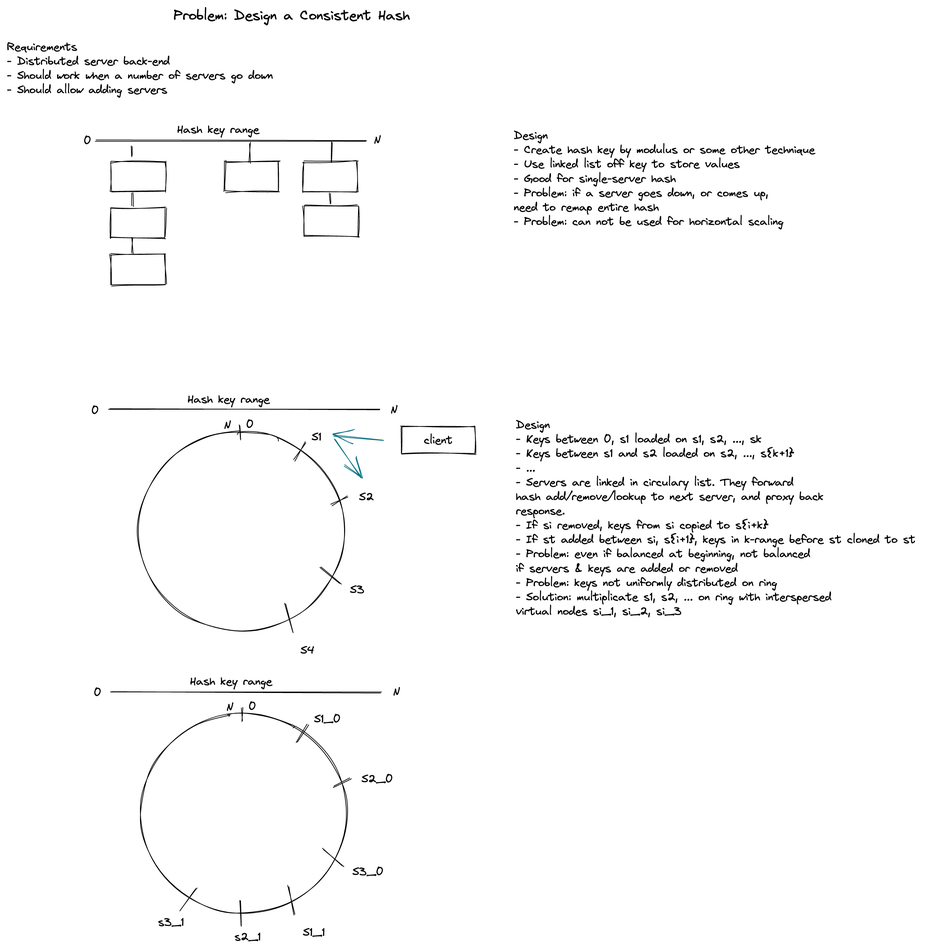
The Excalidraw diagram engineering_skills/diagrams/consistent_hash.excalidraw.png in analytiq-hub/sigagent.github.io, before a commit. Source tidied: one line per element, renumbered; positions are measured from the earlier drawing's top-left corner, leaving out a move shared by most shapes.
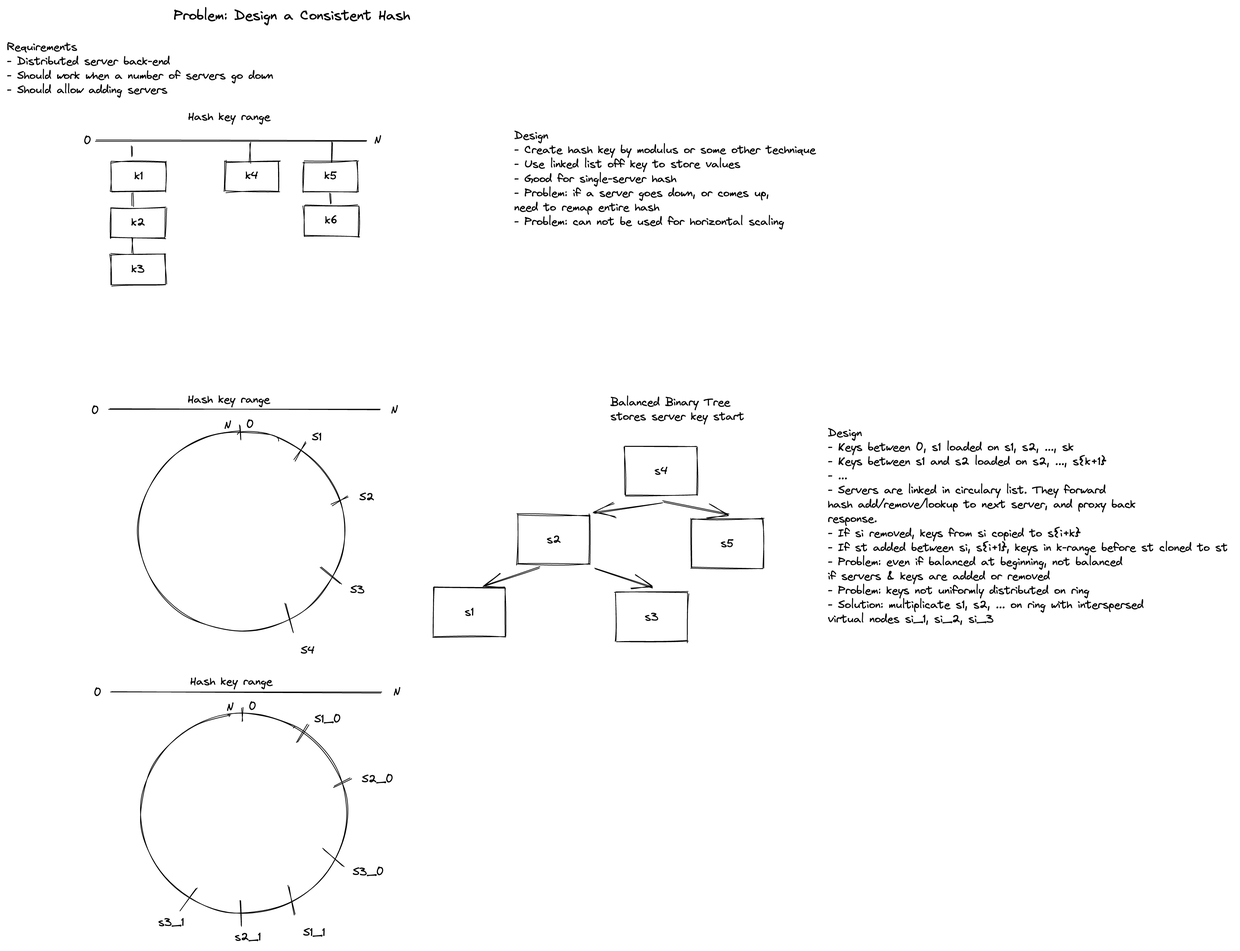
Later version of the same file.

Change to the diagram source:
```diff
@@ -16,9 +16,9 @@
 {"id": 15, "type": "text", "text": "S2", "strokeColor": "#000000", "strokeWidth": 1, "roughness": 1, "fontSize": 16, "fontFamily": 1, "x": 505, "y": 692, "width": 22, "height": 21}
 {"id": 16, "type": "text", "text": "S3", "strokeColor": "#000000", "strokeWidth": 1, "roughness": 1, "fontSize": 16, "fontFamily": 1, "x": 492, "y": 826, "width": 22, "height": 21}
 {"id": 17, "type": "text", "text": "S4", "strokeColor": "#000000", "strokeWidth": 1, "roughness": 1, "fontSize": 16, "fontFamily": 1, "x": 421, "y": 912, "width": 21, "height": 21}
-{"id": 18, "type": "text", "text": "Design\n- Keys between 0, s1 loaded on s1, s2, ..., sk\n- Keys between s1 and s2 loaded on s2, ..., s{k+1}\n- ...\n- Servers are linked in circulary list. They forward \nhash add/remove/lookup to next server, and proxy back \nresponse.\n- If si removed, keys from si copied to s{i+k}\n- If st added between si, s{i+1}, keys in k-range before st cloned to st \n- Problem: even if balanced at beginning, not balanced \nif servers & keys are added or removed\n- Problem: keys not uniformly distributed on ring\n- Solution: multiplicate s1, s2, ... on ring with interspersed\nvirtual nodes si_1, si_2, si_3", "strokeColor": "#000000", "strokeWidth": 1, "roughness": 1, "fontSize": 16, "fontFamily": 1, "x": 730, "y": 590, "width": 581, "height": 288}
+{"id": 18, "type": "text", "text": "Design\n- Keys between 0, s1 loaded on s1, s2, ..., sk\n- Keys between s1 and s2 loaded on s2, ..., s{k+1}\n- ...\n- Servers are linked in circulary list. They forward \nhash add/remove/lookup to next server, and proxy back \nresponse.\n- If si removed, keys from si copied to s{i+k}\n- If st added between si, s{i+1}, keys in k-range before st cloned to st \n- Problem: even if balanced at beginning, not balanced \nif servers & keys are added or removed\n- Problem: keys not uniformly distributed on ring\n- Solution: multiplicate s1, s2, ... on ring with interspersed\nvirtual nodes si_1, si_2, si_3", "strokeColor": "#000000", "strokeWidth": 1, "roughness": 1, "fontSize": 16, "fontFamily": 1, "x": 1176, "y": 601, "width": 581, "height": 288}
 {"id": 19, "type": "line", "strokeColor": "#000000", "strokeWidth": 1, "roughness": 1, "x": 127, "y": 192, "width": 388, "height": 1, "points": [[0, 0], [388, 1]]}
-{"id": 20, "type": "text", "text": "Hash key range", "strokeColor": "#000000", "strokeWidth": 1, "roughness": 1, "fontSize": 16, "fontFamily": 1, "x": 244, "y": 165, "width": 119, "height": 21}
+{"id": 20, "type": "text", "text": "Hash key range", "strokeColor": "#000000", "strokeWidth": 1, "roughness": 1, "fontSize": 16, "fontFamily": 1, "x": 259, "y": 147, "width": 119, "height": 21}
 {"id": 21, "type": "text", "text": "0", "strokeColor": "#000000", "strokeWidth": 1, "roughness": 1, "fontSize": 16, "fontFamily": 1, "x": 110, "y": 182, "width": 12, "height": 21}
 {"id": 22, "type": "text", "text": "N", "strokeColor": "#000000", "strokeWidth": 1, "roughness": 1, "fontSize": 16, "fontFamily": 1, "x": 526, "y": 180, "width": 11, "height": 21}
 {"id": 23, "type": "rectangle", "strokeColor": "#000000", "strokeWidth": 1, "roughness": 1, "x": 150, "y": 222, "width": 78, "height": 43}
@@ -54,7 +54,24 @@
 {"id": 53, "type": "line", "strokeColor": "#000000", "strokeWidth": 1, "roughness": 1, "x": 272, "y": 1265, "width": 24, "height": 32, "points": [[0, 0], [-24, 32]]}
 {"id": 54, "type": "text", "text": "s2_1", "strokeColor": "#000000", "strokeWidth": 1, "roughness": 1, "fontSize": 16, "fontFamily": 1, "x": 326, "y": 1323, "width": 39, "height": 21}
 {"id": 55, "type": "text", "text": "s3_1", "strokeColor": "#000000", "strokeWidth": 1, "roughness": 1, "fontSize": 16, "fontFamily": 1, "x": 217, "y": 1303, "width": 38, "height": 21}
-{"id": 56, "type": "rectangle", "strokeColor": "#000000", "strokeWidth": 1, "roughness": 1, "x": 566, "y": 602, "width": 106, "height": 39}
-{"id": 57, "type": "text", "text": "client", "strokeColor": "#000000", "strokeWidth": 1, "roughness": 1, "fontSize": 16, "fontFamily": 1, "textAlign": "center", "verticalAlign": "middle", "inside": 56, "x": 571, "y": 611, "width": 96, "height": 21}
-{"id": 58, "type": "arrow", "strokeColor": "#0b7285", "strokeWidth": 1, "roughness": 1, "endArrowhead": "arrow", "x": 539, "y": 621, "width": 70, "height": 6, "points": [[0, 0], [-70, -6]]}
-{"id": 59, "type": "arrow", "strokeColor": "#0b7285", "strokeWidth": 1, "roughness": 1, "endArrowhead": "arrow", "x": 471, "y": 620, "width": 36, "height": 54, "points": [[0, 0], [36, 54]]}
+{"id": 60, "type": "text", "text": "Balanced Binary Tree\nstores server key start", "strokeColor": "#000000", "strokeWidth": 1, "roughness": 1, "fontSize": 16, "fontFamily": 1, "x": 865, "y": 557, "width": 193, "height": 41}
+{"id": 61, "type": "rectangle", "strokeColor": "#000000", "strokeWidth": 1, "roughness": 1, "x": 886, "y": 630, "width": 103, "height": 70}
+{"id": 62, "type": "text", "text": "s4", "strokeColor": "#000000", "strokeWidth": 1, "roughness": 1, "fontSize": 16, "fontFamily": 1, "textAlign": "center", "verticalAlign": "middle", "inside": 61, "x": 891, "y": 656, "width": 93, "height": 19}
+{"id": 63, "type": "rectangle", "strokeColor": "#000000", "strokeWidth": 1, "roughness": 1, "x": 732, "y": 729, "width": 103, "height": 70}
+{"id": 64, "type": "text", "text": "s2", "strokeColor": "#000000", "strokeWidth": 1, "roughness": 1, "fontSize": 16, "fontFamily": 1, "textAlign": "center", "verticalAlign": "middle", "inside": 63, "x": 737, "y": 754, "width": 93, "height": 19}
+{"id": 65, "type": "rectangle", "strokeColor": "#000000", "strokeWidth": 1, "roughness": 1, "x": 981, "y": 734, "width": 103, "height": 70}
+{"id": 66, "type": "text", "text": "s5", "strokeColor": "#000000", "strokeWidth": 1, "roughness": 1, "fontSize": 16, "fontFamily": 1, "textAlign": "center", "verticalAlign": "middle", "inside": 65, "x": 986, "y": 760, "width": 93, "height": 19}
+{"id": 67, "type": "rectangle", "strokeColor": "#000000", "strokeWidth": 1, "roughness": 1, "x": 611, "y": 833, "width": 103, "height": 70}
+{"id": 68, "type": "text", "text": "s1", "strokeColor": "#000000", "strokeWidth": 1, "roughness": 1, "fontSize": 16, "fontFamily": 1, "textAlign": "center", "verticalAlign": "middle", "inside": 67, "x": 616, "y": 859, "width": 93, "height": 19}
+{"id": 69, "type": "rectangle", "strokeColor": "#000000", "strokeWidth": 1, "roughness": 1, "x": 872, "y": 840, "width": 103, "height": 70}
+{"id": 70, "type": "text", "text": "s3", "strokeColor": "#000000", "strokeWidth": 1, "roughness": 1, "fontSize": 16, "fontFamily": 1, "textAlign": "center", "verticalAlign": "middle", "inside": 69, "x": 877, "y": 865, "width": 93, "height": 19}
+{"id": 71, "type": "arrow", "strokeColor": "#000000", "strokeWidth": 1, "roughness": 1, "endArrowhead": "arrow", "from": 61, "to": 63, "x": 938, "y": 710, "width": 97, "height": 15, "points": [[0, 0], [-97, 15]]}
+{"id": 72, "type": "arrow", "strokeColor": "#000000", "strokeWidth": 1, "roughness": 1, "endArrowhead": "arrow", "from": 61, "to": 65, "x": 941, "y": 709, "width": 94, "height": 18, "points": [[0, 0], [94, 18]]}
+{"id": 73, "type": "arrow", "strokeColor": "#000000", "strokeWidth": 1, "roughness": 1, "endArrowhead": "arrow", "from": 63, "to": 67, "x": 763, "y": 803, "width": 78, "height": 27, "points": [[0, 0], [-78, 27]]}
+{"id": 74, "type": "arrow", "strokeColor": "#000000", "strokeWidth": 1, "roughness": 1, "endArrowhead": "arrow", "from": 63, "to": 69, "x": 842, "y": 806, "width": 82, "height": 27, "points": [[0, 0], [82, 27]]}
+{"id": 75, "type": "text", "text": "k1", "strokeColor": "#000000", "strokeWidth": 1, "roughness": 1, "fontSize": 16, "fontFamily": 1, "textAlign": "center", "verticalAlign": "middle", "inside": 23, "x": 155, "y": 233, "width": 68, "height": 19}
+{"id": 76, "type": "text", "text": "k2", "strokeColor": "#000000", "strokeWidth": 1, "roughness": 1, "fontSize": 16, "fontFamily": 1, "textAlign": "center", "verticalAlign": "middle", "inside": 24, "x": 154, "y": 300, "width": 68, "height": 19}
+{"id": 77, "type": "text", "text": "k3", "strokeColor": "#000000", "strokeWidth": 1, "roughness": 1, "fontSize": 16, "fontFamily": 1, "textAlign": "center", "verticalAlign": "middle", "inside": 25, "x": 154, "y": 366, "width": 68, "height": 19}
+{"id": 78, "type": "text", "text": "k4", "strokeColor": "#000000", "strokeWidth": 1, "roughness": 1, "fontSize": 16, "fontFamily": 1, "textAlign": "center", "verticalAlign": "middle", "inside": 26, "x": 317, "y": 232, "width": 68, "height": 19}
+{"id": 79, "type": "text", "text": "k5", "strokeColor": "#000000", "strokeWidth": 1, "roughness": 1, "fontSize": 16, "fontFamily": 1, "textAlign": "center", "verticalAlign": "middle", "inside": 27, "x": 430, "y": 232, "width": 68, "height": 19}
+{"id": 80, "type": "text", "text": "k6", "strokeColor": "#000000", "strokeWidth": 1, "roughness": 1, "fontSize": 16, "fontFamily": 1, "textAlign": "center", "verticalAlign": "middle", "inside": 28, "x": 431, "y": 296, "width": 68, "height": 19}
```
